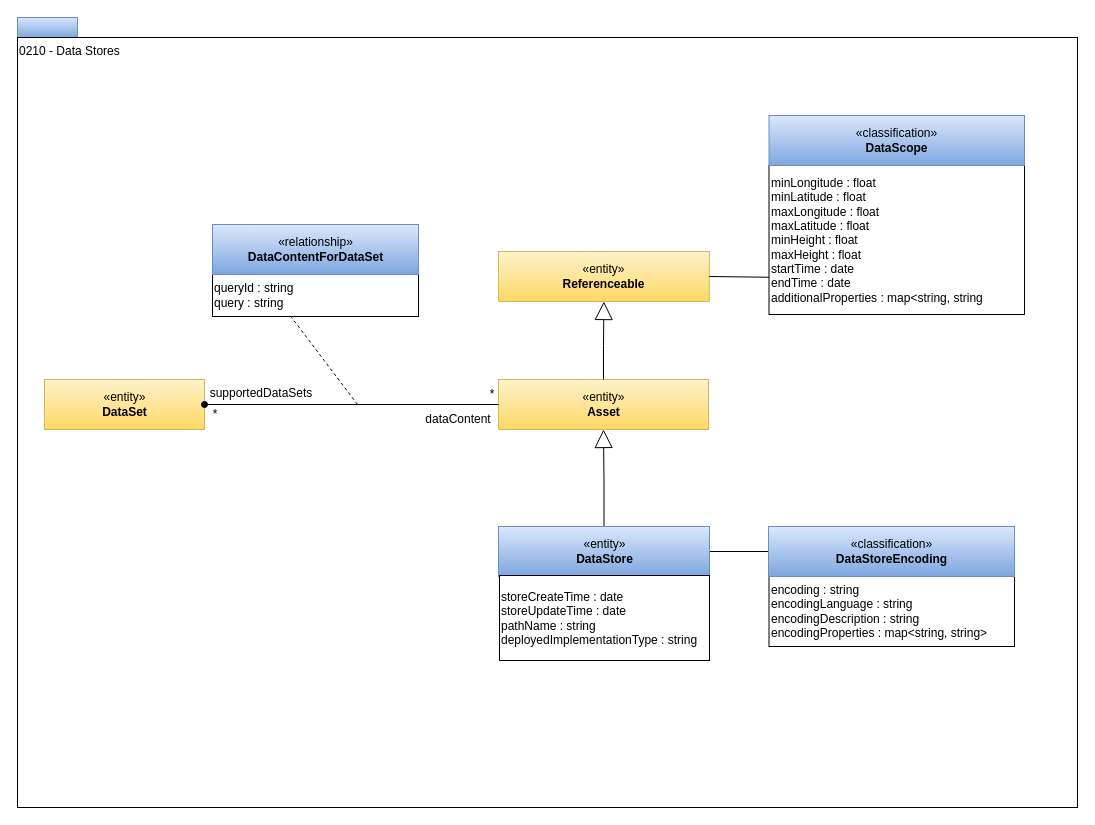
Earlier version of the draw.io diagram page "0210-Data-Stores" (4 of 24) of site/docs/types/2/area-2-assets.drawio (odpi/egeria-docs). Source tidied: cells renumbered, new cells numbered last; positions are measured from the earlier drawing's top-left corner, leaving out a move shared by most shapes. Both pictures are drawn from the tidied source at 100%, with x=0, y=0 at pixel (17, 17).
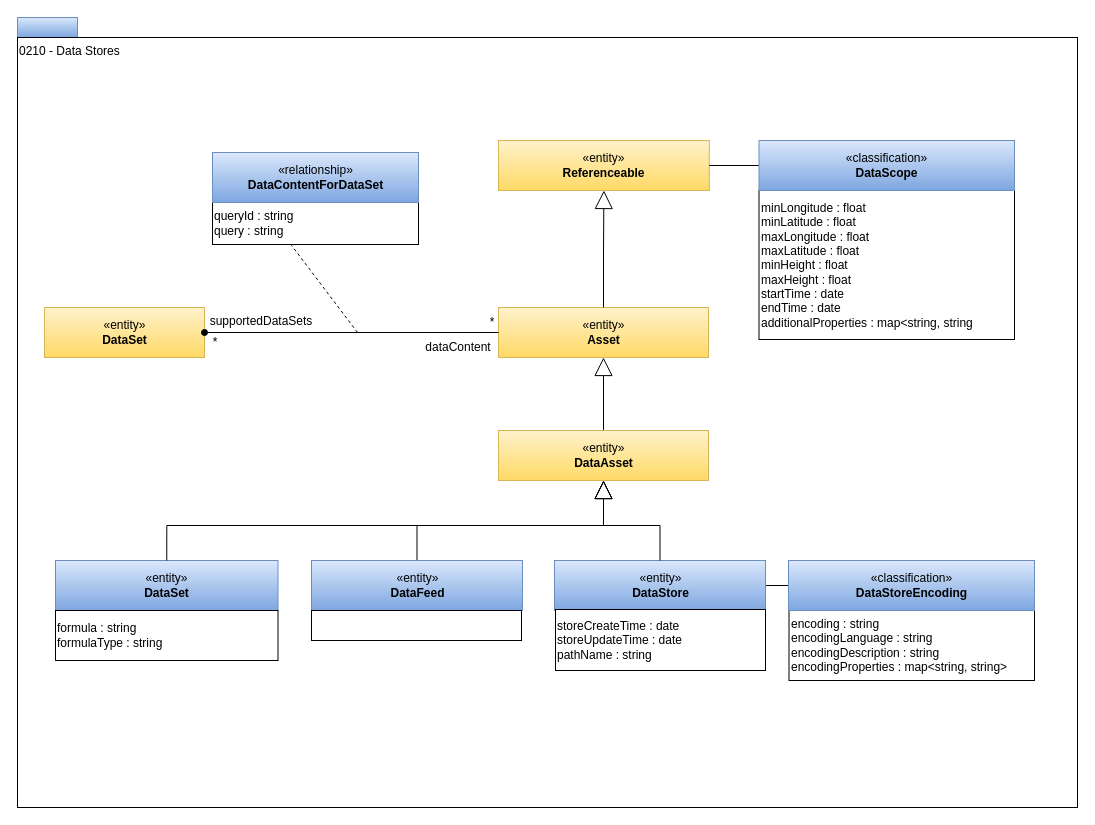
Above is the later version.

The edit, as a diff of the source:
```diff
@@
-    <mxCell id="4" style="edgeStyle=orthogonalEdgeStyle;rounded=0;jettySize=auto;html=1;exitX=0.5;exitY=0;exitDx=0;exitDy=0;entryX=0.5;entryY=1;entryDx=0;entryDy=0;endArrow=block;endFill=0;endSize=16;" parent="1" edge="1" source="6" target="7">
+    <mxCell id="4" style="edgeStyle=orthogonalEdgeStyle;rounded=0;jettySize=auto;html=1;exitX=0.5;exitY=0;exitDx=0;exitDy=0;entryX=0.5;entryY=1;entryDx=0;entryDy=0;endArrow=block;endFill=0;endSize=16;" parent="1" edge="1" source="27" target="7">
       <mxGeometry relative="1" as="geometry" />
     </mxCell>
@@
     <mxCell id="6" value="«entity»&lt;br&gt;&lt;b&gt;DataStore&lt;/b&gt;" style="html=1;strokeColor=#6c8ebf;align=center;fillColor=#dae8fc;gradientColor=#7ea6e0;" parent="1" vertex="1">
-      <mxGeometry x="481" y="509" width="211" height="50" as="geometry" />
+      <mxGeometry x="537" y="543" width="211" height="50" as="geometry" />
     </mxCell>
     <mxCell id="7" value="«entity»&lt;br&gt;&lt;b&gt;Asset&lt;/b&gt;" style="html=1;strokeColor=#d6b656;align=center;fillColor=#fff2cc;gradientColor=#ffd966;" parent="1" vertex="1">
-      <mxGeometry x="481" y="362" width="210" height="50" as="geometry" />
+      <mxGeometry x="481" y="290" width="210" height="50" as="geometry" />
     </mxCell>
     <mxCell id="8" value="«entity»&lt;br&gt;&lt;b&gt;DataSet&lt;/b&gt;" style="html=1;strokeColor=#d6b656;align=center;fillColor=#fff2cc;gradientColor=#ffd966;" parent="1" vertex="1">
-      <mxGeometry x="27" y="362" width="160" height="50" as="geometry" />
+      <mxGeometry x="27" y="290" width="160" height="50" as="geometry" />
     </mxCell>
@@
     <mxCell id="10" value="*" style="text;html=1;strokeColor=none;fillColor=none;align=center;verticalAlign=middle;whiteSpace=wrap;rounded=0;" parent="1" vertex="1">
-      <mxGeometry x="454.5" y="367" width="40" height="20" as="geometry" />
+      <mxGeometry x="454.5" y="295" width="40" height="20" as="geometry" />
     </mxCell>
     <mxCell id="11" value="dataContent" style="text;html=1;strokeColor=none;fillColor=none;align=center;verticalAlign=middle;whiteSpace=wrap;rounded=0;" parent="1" vertex="1">
-      <mxGeometry x="401" y="392" width="80" height="20" as="geometry" />
+      <mxGeometry x="401" y="320" width="80" height="20" as="geometry" />
     </mxCell>
     <mxCell id="12" value="supportedDataSets" style="text;html=1;strokeColor=none;fillColor=none;align=center;verticalAlign=middle;whiteSpace=wrap;rounded=0;" parent="1" vertex="1">
-      <mxGeometry x="194" y="366" width="100" height="20" as="geometry" />
+      <mxGeometry x="194" y="294" width="100" height="20" as="geometry" />
     </mxCell>
     <mxCell id="13" value="*" style="text;html=1;strokeColor=none;fillColor=none;align=center;verticalAlign=middle;whiteSpace=wrap;rounded=0;" parent="1" vertex="1">
-      <mxGeometry x="188" y="387" width="20" height="20" as="geometry" />
+      <mxGeometry x="188" y="315" width="20" height="20" as="geometry" />
     </mxCell>
     <mxCell id="14" style="endArrow=none;dashed=1;html=1;entryX=0.383;entryY=1.017;entryPerimeter=0;" parent="1" edge="1" target="15">
       <mxGeometry relative="1" as="geometry">
-        <mxPoint x="340" y="387" as="sourcePoint" />
+        <mxPoint x="340" y="315" as="sourcePoint" />
       </mxGeometry>
     </mxCell>
     <mxCell id="15" value="queryId : string&lt;br&gt;query : string" style="rounded=0;whiteSpace=wrap;html=1;strokeColor=#000000;gradientColor=#ffffff;align=left;" parent="1" vertex="1">
-      <mxGeometry x="195" y="257" width="206" height="42" as="geometry" />
+      <mxGeometry x="195" y="185" width="206" height="42" as="geometry" />
     </mxCell>
     <mxCell id="16" value="«relationship»&lt;br&gt;&lt;b&gt;DataContentForDataSet&lt;/b&gt;" style="html=1;strokeColor=#6c8ebf;align=center;fillColor=#dae8fc;gradientColor=#7ea6e0;" parent="1" vertex="1">
-      <mxGeometry x="195" y="207" width="206" height="50" as="geometry" />
+      <mxGeometry x="195" y="135" width="206" height="50" as="geometry" />
     </mxCell>
     <mxCell id="17" value="encoding : string&lt;br&gt;encodingLanguage : string&lt;br&gt;encodingDescription : string&lt;br&gt;encodingProperties : map&amp;lt;string, string&amp;gt;" style="rounded=0;whiteSpace=wrap;html=1;strokeColor=#000000;gradientColor=#ffffff;align=left;" parent="1" vertex="1">
-      <mxGeometry x="751.5" y="559" width="245.5" height="70" as="geometry" />
+      <mxGeometry x="771.5" y="593" width="245.5" height="70" as="geometry" />
     </mxCell>
     <mxCell id="18" value="«classification»&lt;br&gt;&lt;b&gt;DataStoreEncoding&lt;/b&gt;" style="html=1;strokeColor=#6c8ebf;align=center;fillColor=#dae8fc;gradientColor=#7ea6e0;" parent="1" vertex="1">
-      <mxGeometry x="751" y="509" width="246" height="50" as="geometry" />
+      <mxGeometry x="771" y="543" width="246" height="50" as="geometry" />
     </mxCell>
-    <mxCell id="19" value="storeCreateTime : date&lt;br&gt;storeUpdateTime : date&lt;br&gt;pathName : string&lt;br&gt;deployedImplementationType : string" style="rounded=0;whiteSpace=wrap;html=1;strokeColor=#000000;gradientColor=#ffffff;align=left;" parent="1" vertex="1">
-      <mxGeometry x="482" y="558" width="210" height="85" as="geometry" />
+    <mxCell id="19" value="storeCreateTime : date&lt;br&gt;storeUpdateTime : date&lt;br&gt;pathName : string" style="rounded=0;whiteSpace=wrap;html=1;strokeColor=#000000;gradientColor=#ffffff;align=left;" parent="1" vertex="1">
+      <mxGeometry x="538" y="592" width="210" height="61" as="geometry" />
     </mxCell>
     <mxCell id="20" value="«entity»&lt;br&gt;&lt;b&gt;Referenceable&lt;/b&gt;" style="html=1;strokeColor=#d6b656;align=center;fillColor=#fff2cc;gradientColor=#ffd966;" parent="1" vertex="1">
-      <mxGeometry x="481" y="234" width="210.8" height="50" as="geometry" />
+      <mxGeometry x="481" y="123" width="210.8" height="50" as="geometry" />
     </mxCell>
-    <mxCell id="21" style="rounded=0;jettySize=auto;html=1;exitX=1;exitY=0.5;exitDx=0;exitDy=0;endArrow=none;endFill=0;entryX=0;entryY=0.75;entryDx=0;entryDy=0;" parent="1" edge="1" source="20" target="22">
+    <mxCell id="21" style="rounded=0;jettySize=auto;html=1;exitX=1;exitY=0.5;exitDx=0;exitDy=0;endArrow=none;endFill=0;entryX=0;entryY=0.5;entryDx=0;entryDy=0;" parent="1" edge="1" source="20" target="23">
       <mxGeometry relative="1" as="geometry" />
     </mxCell>
     <mxCell id="22" value="minLongitude : float&lt;br&gt;minLatitude : float&lt;br style=&quot;border-color: var(--border-color);&quot;&gt;maxLongitude : float&lt;br style=&quot;border-color: var(--border-color);&quot;&gt;maxLatitude : float&lt;br&gt;minHeight : float&lt;br&gt;maxHeight : float&lt;br&gt;startTime : date&lt;br&gt;endTime : date&lt;br&gt;additionalProperties : map&amp;lt;string, string" style="rounded=0;whiteSpace=wrap;html=1;strokeColor=#000000;gradientColor=#ffffff;align=left;" parent="1" vertex="1">
-      <mxGeometry x="751.5" y="148" width="255.5" height="149" as="geometry" />
+      <mxGeometry x="741.5" y="173" width="255.5" height="149" as="geometry" />
     </mxCell>
     <mxCell id="23" value="«classification»&lt;br&gt;&lt;b&gt;DataScope&lt;/b&gt;" style="html=1;strokeColor=#6c8ebf;align=center;fillColor=#dae8fc;gradientColor=#7ea6e0;" parent="1" vertex="1">
-      <mxGeometry x="751.5" y="98" width="255.5" height="50" as="geometry" />
+      <mxGeometry x="741.5" y="123" width="255.5" height="50" as="geometry" />
     </mxCell>
@@
+    <mxCell id="25" value="«entity»&lt;br&gt;&lt;b&gt;DataSet&lt;/b&gt;" style="html=1;strokeColor=#6c8ebf;align=center;fillColor=#dae8fc;gradientColor=#7ea6e0;" parent="1" vertex="1">
+      <mxGeometry x="38" y="543" width="222.5" height="50" as="geometry" />
+    </mxCell>
+    <mxCell id="26" value="formula : string&lt;br&gt;formulaType : string" style="rounded=0;whiteSpace=wrap;html=1;strokeColor=#000000;gradientColor=#ffffff;align=left;" parent="1" vertex="1">
+      <mxGeometry x="38" y="593" width="222.5" height="50" as="geometry" />
+    </mxCell>
+    <mxCell id="27" value="«entity»&lt;br&gt;&lt;b&gt;DataAsset&lt;/b&gt;" style="html=1;strokeColor=#d6b656;align=center;fillColor=#fff2cc;gradientColor=#ffd966;" parent="1" vertex="1">
+      <mxGeometry x="481" y="413" width="210" height="50" as="geometry" />
+    </mxCell>
+    <mxCell id="28" style="edgeStyle=orthogonalEdgeStyle;rounded=0;jettySize=auto;html=1;exitX=0.5;exitY=0;exitDx=0;exitDy=0;endArrow=block;endFill=0;endSize=16;" parent="1" edge="1" source="30" target="27">
+      <mxGeometry relative="1" as="geometry" />
+    </mxCell>
+    <mxCell id="29" style="edgeStyle=orthogonalEdgeStyle;rounded=0;jettySize=auto;html=1;exitX=0.5;exitY=0;exitDx=0;exitDy=0;endArrow=block;endFill=0;endSize=16;" parent="1" edge="1" source="25" target="27">
+      <mxGeometry relative="1" as="geometry" />
+    </mxCell>
+    <mxCell id="30" value="«entity»&lt;br&gt;&lt;b&gt;DataFeed&lt;/b&gt;" style="html=1;strokeColor=#6c8ebf;align=center;fillColor=#dae8fc;gradientColor=#7ea6e0;" parent="1" vertex="1">
+      <mxGeometry x="294" y="543" width="211" height="50" as="geometry" />
+    </mxCell>
+    <mxCell id="31" style="rounded=0;whiteSpace=wrap;html=1;strokeColor=#000000;gradientColor=#ffffff;align=left;" parent="1" vertex="1">
+      <mxGeometry x="294" y="593" width="210" height="30" as="geometry" />
+    </mxCell>
+    <mxCell id="32" style="edgeStyle=orthogonalEdgeStyle;rounded=0;jettySize=auto;html=1;exitX=0.5;exitY=0;exitDx=0;exitDy=0;entryX=0.5;entryY=1;entryDx=0;entryDy=0;endArrow=block;endFill=0;endSize=16;" parent="1" edge="1" source="6" target="27">
+      <mxGeometry relative="1" as="geometry" />
+    </mxCell>
```
